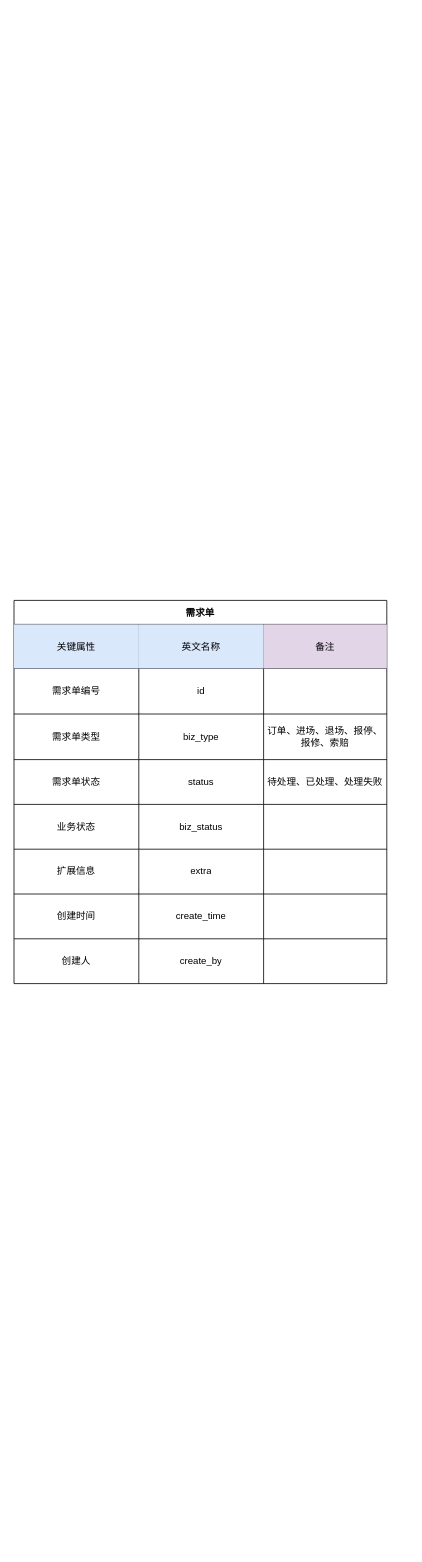
Above: page "需求单实体" (25 of 36) of docs/自营重构.drawio in lokiworks/codebase (draw.io), before the change. Source tidied: cells renumbered, new cells numbered last; positions are measured from the earlier drawing's top-left corner, leaving out a move shared by most shapes. Both pictures are drawn from the tidied source at 80%, with x=0, y=0 at pixel (14, 600).
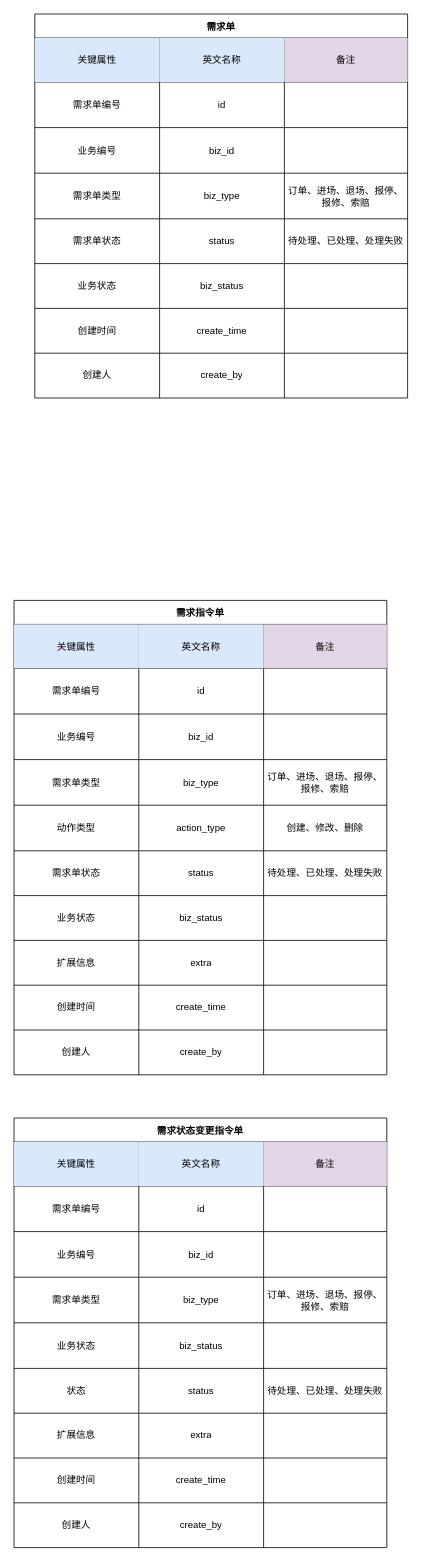
The same page after the edit.

The edit, as a diff of the source:
```diff
@@
-    <mxCell id="2" value="需求单" style="shape=table;startSize=30;childLayout=tableLayout;fontStyle=1;align=center;" parent="1" vertex="1">
-      <mxGeometry width="466" height="479" as="geometry" />
+    <mxCell id="2" value="需求指令单" style="shape=table;startSize=30;childLayout=tableLayout;fontStyle=1;align=center;" parent="1" vertex="1">
+      <mxGeometry width="466" height="593" as="geometry" />
     </mxCell>
@@
+    <mxCell id="35" style="shape=tableRow;horizontal=0;startSize=0;swimlaneHead=0;swimlaneBody=0;top=0;left=0;bottom=0;right=0;fillColor=none;" parent="2" vertex="1">
+      <mxGeometry y="142" width="466" height="57" as="geometry" />
+    </mxCell>
+    <mxCell id="36" value="业务编号" style="shape=partialRectangle;html=1;whiteSpace=wrap;fillColor=none;top=0;left=0;bottom=0;right=0;overflow=hidden;" parent="35" vertex="1">
+      <mxGeometry width="156" height="57" as="geometry" />
+    </mxCell>
+    <mxCell id="37" value="biz_id" style="shape=partialRectangle;html=1;whiteSpace=wrap;fillColor=none;top=0;left=0;bottom=0;right=0;overflow=hidden;" parent="35" vertex="1">
+      <mxGeometry x="156" width="156" height="57" as="geometry" />
+    </mxCell>
+    <mxCell id="38" style="shape=partialRectangle;html=1;whiteSpace=wrap;fillColor=none;top=0;left=0;bottom=0;right=0;overflow=hidden;" parent="35" vertex="1">
+      <mxGeometry x="312" width="154" height="57" as="geometry" />
+    </mxCell>
     <mxCell id="11" style="shape=tableRow;horizontal=0;startSize=0;swimlaneHead=0;swimlaneBody=0;top=0;left=0;bottom=0;right=0;fillColor=none;" parent="2" vertex="1">
-      <mxGeometry y="142" width="466" height="57" as="geometry" />
+      <mxGeometry y="199" width="466" height="57" as="geometry" />
     </mxCell>
@@
+    <mxCell id="39" style="shape=tableRow;horizontal=0;startSize=0;swimlaneHead=0;swimlaneBody=0;top=0;left=0;bottom=0;right=0;fillColor=none;" parent="2" vertex="1">
+      <mxGeometry y="256" width="466" height="57" as="geometry" />
+    </mxCell>
+    <mxCell id="40" value="动作类型" style="shape=partialRectangle;html=1;whiteSpace=wrap;fillColor=none;top=0;left=0;bottom=0;right=0;overflow=hidden;" parent="39" vertex="1">
+      <mxGeometry width="156" height="57" as="geometry" />
+    </mxCell>
+    <mxCell id="41" value="action_type" style="shape=partialRectangle;html=1;whiteSpace=wrap;fillColor=none;top=0;left=0;bottom=0;right=0;overflow=hidden;" parent="39" vertex="1">
+      <mxGeometry x="156" width="156" height="57" as="geometry" />
+    </mxCell>
+    <mxCell id="42" value="创建、修改、删除" style="shape=partialRectangle;html=1;whiteSpace=wrap;fillColor=none;top=0;left=0;bottom=0;right=0;overflow=hidden;" parent="39" vertex="1">
+      <mxGeometry x="312" width="154" height="57" as="geometry" />
+    </mxCell>
     <mxCell id="15" style="shape=tableRow;horizontal=0;startSize=0;swimlaneHead=0;swimlaneBody=0;top=0;left=0;bottom=0;right=0;fillColor=none;" parent="2" vertex="1">
-      <mxGeometry y="199" width="466" height="56" as="geometry" />
+      <mxGeometry y="313" width="466" height="56" as="geometry" />
     </mxCell>
@@
     <mxCell id="19" style="shape=tableRow;horizontal=0;startSize=0;swimlaneHead=0;swimlaneBody=0;top=0;left=0;bottom=0;right=0;fillColor=none;" parent="2" vertex="1">
-      <mxGeometry y="255" width="466" height="56" as="geometry" />
+      <mxGeometry y="369" width="466" height="56" as="geometry" />
     </mxCell>
@@
     <mxCell id="23" style="shape=tableRow;horizontal=0;startSize=0;swimlaneHead=0;swimlaneBody=0;top=0;left=0;bottom=0;right=0;fillColor=none;" parent="2" vertex="1">
-      <mxGeometry y="311" width="466" height="56" as="geometry" />
+      <mxGeometry y="425" width="466" height="56" as="geometry" />
     </mxCell>
@@
     <mxCell id="27" style="shape=tableRow;horizontal=0;startSize=0;swimlaneHead=0;swimlaneBody=0;top=0;left=0;bottom=0;right=0;fillColor=none;" parent="2" vertex="1">
-      <mxGeometry y="367" width="466" height="56" as="geometry" />
+      <mxGeometry y="481" width="466" height="56" as="geometry" />
     </mxCell>
@@
     <mxCell id="31" style="shape=tableRow;horizontal=0;startSize=0;swimlaneHead=0;swimlaneBody=0;top=0;left=0;bottom=0;right=0;fillColor=none;" parent="2" vertex="1">
-      <mxGeometry y="423" width="466" height="56" as="geometry" />
+      <mxGeometry y="537" width="466" height="56" as="geometry" />
     </mxCell>
@@
+    <mxCell id="43" value="需求状态变更指令单" style="shape=table;startSize=30;childLayout=tableLayout;fontStyle=1;align=center;" parent="1" vertex="1">
+      <mxGeometry y="647" width="466" height="537" as="geometry" />
+    </mxCell>
+    <mxCell id="44" style="shape=tableRow;horizontal=0;startSize=0;swimlaneHead=0;swimlaneBody=0;top=0;left=0;bottom=0;right=0;fillColor=none;" parent="43" vertex="1">
+      <mxGeometry y="30" width="466" height="55" as="geometry" />
+    </mxCell>
+    <mxCell id="45" value="关键属性" style="shape=partialRectangle;html=1;whiteSpace=wrap;fillColor=#dae8fc;top=0;left=0;bottom=0;right=0;overflow=hidden;strokeColor=#6c8ebf;" parent="44" vertex="1">
+      <mxGeometry width="156" height="55" as="geometry" />
+    </mxCell>
+    <mxCell id="46" value="英文名称" style="shape=partialRectangle;html=1;whiteSpace=wrap;fillColor=#dae8fc;top=0;left=0;bottom=0;right=0;overflow=hidden;strokeColor=#6c8ebf;" parent="44" vertex="1">
+      <mxGeometry x="156" width="156" height="55" as="geometry" />
+    </mxCell>
+    <mxCell id="47" value="备注" style="shape=partialRectangle;html=1;whiteSpace=wrap;fillColor=#e1d5e7;top=0;left=0;bottom=0;right=0;overflow=hidden;strokeColor=#9673a6;" parent="44" vertex="1">
+      <mxGeometry x="312" width="154" height="55" as="geometry" />
+    </mxCell>
+    <mxCell id="48" style="shape=tableRow;horizontal=0;startSize=0;swimlaneHead=0;swimlaneBody=0;top=0;left=0;bottom=0;right=0;fillColor=none;" parent="43" vertex="1">
+      <mxGeometry y="85" width="466" height="57" as="geometry" />
+    </mxCell>
+    <mxCell id="49" value="需求单编号" style="shape=partialRectangle;html=1;whiteSpace=wrap;fillColor=none;top=0;left=0;bottom=0;right=0;overflow=hidden;" parent="48" vertex="1">
+      <mxGeometry width="156" height="57" as="geometry" />
+    </mxCell>
+    <mxCell id="50" value="id" style="shape=partialRectangle;html=1;whiteSpace=wrap;fillColor=none;top=0;left=0;bottom=0;right=0;overflow=hidden;" parent="48" vertex="1">
+      <mxGeometry x="156" width="156" height="57" as="geometry" />
+    </mxCell>
+    <mxCell id="51" style="shape=partialRectangle;html=1;whiteSpace=wrap;fillColor=none;top=0;left=0;bottom=0;right=0;overflow=hidden;" parent="48" vertex="1">
+      <mxGeometry x="312" width="154" height="57" as="geometry" />
+    </mxCell>
+    <mxCell id="52" style="shape=tableRow;horizontal=0;startSize=0;swimlaneHead=0;swimlaneBody=0;top=0;left=0;bottom=0;right=0;fillColor=none;" parent="43" vertex="1">
+      <mxGeometry y="142" width="466" height="57" as="geometry" />
+    </mxCell>
+    <mxCell id="53" value="业务编号" style="shape=partialRectangle;html=1;whiteSpace=wrap;fillColor=none;top=0;left=0;bottom=0;right=0;overflow=hidden;" parent="52" vertex="1">
+      <mxGeometry width="156" height="57" as="geometry" />
+    </mxCell>
+    <mxCell id="54" value="biz_id" style="shape=partialRectangle;html=1;whiteSpace=wrap;fillColor=none;top=0;left=0;bottom=0;right=0;overflow=hidden;" parent="52" vertex="1">
+      <mxGeometry x="156" width="156" height="57" as="geometry" />
+    </mxCell>
+    <mxCell id="55" style="shape=partialRectangle;html=1;whiteSpace=wrap;fillColor=none;top=0;left=0;bottom=0;right=0;overflow=hidden;" parent="52" vertex="1">
+      <mxGeometry x="312" width="154" height="57" as="geometry" />
+    </mxCell>
+    <mxCell id="56" style="shape=tableRow;horizontal=0;startSize=0;swimlaneHead=0;swimlaneBody=0;top=0;left=0;bottom=0;right=0;fillColor=none;" parent="43" vertex="1">
+      <mxGeometry y="199" width="466" height="57" as="geometry" />
+    </mxCell>
+    <mxCell id="57" value="需求单类型" style="shape=partialRectangle;html=1;whiteSpace=wrap;fillColor=none;top=0;left=0;bottom=0;right=0;overflow=hidden;" parent="56" vertex="1">
+      <mxGeometry width="156" height="57" as="geometry" />
+    </mxCell>
+    <mxCell id="58" value="biz_type" style="shape=partialRectangle;html=1;whiteSpace=wrap;fillColor=none;top=0;left=0;bottom=0;right=0;overflow=hidden;" parent="56" vertex="1">
+      <mxGeometry x="156" width="156" height="57" as="geometry" />
+    </mxCell>
+    <mxCell id="59" value="订单、进场、退场、报停、报修、索赔" style="shape=partialRectangle;html=1;whiteSpace=wrap;fillColor=none;top=0;left=0;bottom=0;right=0;overflow=hidden;" parent="56" vertex="1">
+      <mxGeometry x="312" width="154" height="57" as="geometry" />
+    </mxCell>
+    <mxCell id="60" style="shape=tableRow;horizontal=0;startSize=0;swimlaneHead=0;swimlaneBody=0;top=0;left=0;bottom=0;right=0;fillColor=none;" parent="43" vertex="1">
+      <mxGeometry y="256" width="466" height="57" as="geometry" />
+    </mxCell>
+    <mxCell id="61" value="业务状态" style="shape=partialRectangle;html=1;whiteSpace=wrap;fillColor=none;top=0;left=0;bottom=0;right=0;overflow=hidden;" parent="60" vertex="1">
+      <mxGeometry width="156" height="57" as="geometry" />
+    </mxCell>
+    <mxCell id="62" value="biz_status" style="shape=partialRectangle;html=1;whiteSpace=wrap;fillColor=none;top=0;left=0;bottom=0;right=0;overflow=hidden;" parent="60" vertex="1">
+      <mxGeometry x="156" width="156" height="57" as="geometry" />
+    </mxCell>
+    <mxCell id="63" style="shape=partialRectangle;html=1;whiteSpace=wrap;fillColor=none;top=0;left=0;bottom=0;right=0;overflow=hidden;" parent="60" vertex="1">
+      <mxGeometry x="312" width="154" height="57" as="geometry" />
+    </mxCell>
+    <mxCell id="64" style="shape=tableRow;horizontal=0;startSize=0;swimlaneHead=0;swimlaneBody=0;top=0;left=0;bottom=0;right=0;fillColor=none;" parent="43" vertex="1">
+      <mxGeometry y="313" width="466" height="56" as="geometry" />
+    </mxCell>
+    <mxCell id="65" value="状态" style="shape=partialRectangle;html=1;whiteSpace=wrap;fillColor=none;top=0;left=0;bottom=0;right=0;overflow=hidden;" parent="64" vertex="1">
+      <mxGeometry width="156" height="56" as="geometry" />
+    </mxCell>
+    <mxCell id="66" value="status" style="shape=partialRectangle;html=1;whiteSpace=wrap;fillColor=none;top=0;left=0;bottom=0;right=0;overflow=hidden;" parent="64" vertex="1">
+      <mxGeometry x="156" width="156" height="56" as="geometry" />
+    </mxCell>
+    <mxCell id="67" value="待处理、已处理、处理失败" style="shape=partialRectangle;html=1;whiteSpace=wrap;fillColor=none;top=0;left=0;bottom=0;right=0;overflow=hidden;" parent="64" vertex="1">
+      <mxGeometry x="312" width="154" height="56" as="geometry" />
+    </mxCell>
+    <mxCell id="68" style="shape=tableRow;horizontal=0;startSize=0;swimlaneHead=0;swimlaneBody=0;top=0;left=0;bottom=0;right=0;fillColor=none;" parent="43" vertex="1">
+      <mxGeometry y="369" width="466" height="56" as="geometry" />
+    </mxCell>
+    <mxCell id="69" value="扩展信息" style="shape=partialRectangle;html=1;whiteSpace=wrap;fillColor=none;top=0;left=0;bottom=0;right=0;overflow=hidden;" parent="68" vertex="1">
+      <mxGeometry width="156" height="56" as="geometry" />
+    </mxCell>
+    <mxCell id="70" value="extra" style="shape=partialRectangle;html=1;whiteSpace=wrap;fillColor=none;top=0;left=0;bottom=0;right=0;overflow=hidden;" parent="68" vertex="1">
+      <mxGeometry x="156" width="156" height="56" as="geometry" />
+    </mxCell>
+    <mxCell id="71" style="shape=partialRectangle;html=1;whiteSpace=wrap;fillColor=none;top=0;left=0;bottom=0;right=0;overflow=hidden;" parent="68" vertex="1">
+      <mxGeometry x="312" width="154" height="56" as="geometry" />
+    </mxCell>
+    <mxCell id="72" style="shape=tableRow;horizontal=0;startSize=0;swimlaneHead=0;swimlaneBody=0;top=0;left=0;bottom=0;right=0;fillColor=none;" parent="43" vertex="1">
+      <mxGeometry y="425" width="466" height="56" as="geometry" />
+    </mxCell>
+    <mxCell id="73" value="创建时间" style="shape=partialRectangle;html=1;whiteSpace=wrap;fillColor=none;top=0;left=0;bottom=0;right=0;overflow=hidden;" parent="72" vertex="1">
+      <mxGeometry width="156" height="56" as="geometry" />
+    </mxCell>
+    <mxCell id="74" value="create_time" style="shape=partialRectangle;html=1;whiteSpace=wrap;fillColor=none;top=0;left=0;bottom=0;right=0;overflow=hidden;" parent="72" vertex="1">
+      <mxGeometry x="156" width="156" height="56" as="geometry" />
+    </mxCell>
+    <mxCell id="75" style="shape=partialRectangle;html=1;whiteSpace=wrap;fillColor=none;top=0;left=0;bottom=0;right=0;overflow=hidden;" parent="72" vertex="1">
+      <mxGeometry x="312" width="154" height="56" as="geometry" />
+    </mxCell>
+    <mxCell id="76" style="shape=tableRow;horizontal=0;startSize=0;swimlaneHead=0;swimlaneBody=0;top=0;left=0;bottom=0;right=0;fillColor=none;" parent="43" vertex="1">
+      <mxGeometry y="481" width="466" height="56" as="geometry" />
+    </mxCell>
+    <mxCell id="77" value="创建人" style="shape=partialRectangle;html=1;whiteSpace=wrap;fillColor=none;top=0;left=0;bottom=0;right=0;overflow=hidden;" parent="76" vertex="1">
+      <mxGeometry width="156" height="56" as="geometry" />
+    </mxCell>
+    <mxCell id="78" value="create_by" style="shape=partialRectangle;html=1;whiteSpace=wrap;fillColor=none;top=0;left=0;bottom=0;right=0;overflow=hidden;" parent="76" vertex="1">
+      <mxGeometry x="156" width="156" height="56" as="geometry" />
+    </mxCell>
+    <mxCell id="79" style="shape=partialRectangle;html=1;whiteSpace=wrap;fillColor=none;top=0;left=0;bottom=0;right=0;overflow=hidden;" parent="76" vertex="1">
+      <mxGeometry x="312" width="154" height="56" as="geometry" />
+    </mxCell>
+    <mxCell id="80" value="需求单" style="shape=table;startSize=30;childLayout=tableLayout;fontStyle=1;align=center;" parent="1" vertex="1">
+      <mxGeometry x="26" y="-733" width="466" height="480" as="geometry" />
+    </mxCell>
+    <mxCell id="81" style="shape=tableRow;horizontal=0;startSize=0;swimlaneHead=0;swimlaneBody=0;top=0;left=0;bottom=0;right=0;fillColor=none;" parent="80" vertex="1">
+      <mxGeometry y="30" width="466" height="55" as="geometry" />
+    </mxCell>
+    <mxCell id="82" value="关键属性" style="shape=partialRectangle;html=1;whiteSpace=wrap;fillColor=#dae8fc;top=0;left=0;bottom=0;right=0;overflow=hidden;strokeColor=#6c8ebf;" parent="81" vertex="1">
+      <mxGeometry width="156" height="55" as="geometry" />
+    </mxCell>
+    <mxCell id="83" value="英文名称" style="shape=partialRectangle;html=1;whiteSpace=wrap;fillColor=#dae8fc;top=0;left=0;bottom=0;right=0;overflow=hidden;strokeColor=#6c8ebf;" parent="81" vertex="1">
+      <mxGeometry x="156" width="156" height="55" as="geometry" />
+    </mxCell>
+    <mxCell id="84" value="备注" style="shape=partialRectangle;html=1;whiteSpace=wrap;fillColor=#e1d5e7;top=0;left=0;bottom=0;right=0;overflow=hidden;strokeColor=#9673a6;" parent="81" vertex="1">
+      <mxGeometry x="312" width="154" height="55" as="geometry" />
+    </mxCell>
+    <mxCell id="85" style="shape=tableRow;horizontal=0;startSize=0;swimlaneHead=0;swimlaneBody=0;top=0;left=0;bottom=0;right=0;fillColor=none;" parent="80" vertex="1">
+      <mxGeometry y="85" width="466" height="57" as="geometry" />
+    </mxCell>
+    <mxCell id="86" value="需求单编号" style="shape=partialRectangle;html=1;whiteSpace=wrap;fillColor=none;top=0;left=0;bottom=0;right=0;overflow=hidden;" parent="85" vertex="1">
+      <mxGeometry width="156" height="57" as="geometry" />
+    </mxCell>
+    <mxCell id="87" value="id" style="shape=partialRectangle;html=1;whiteSpace=wrap;fillColor=none;top=0;left=0;bottom=0;right=0;overflow=hidden;" parent="85" vertex="1">
+      <mxGeometry x="156" width="156" height="57" as="geometry" />
+    </mxCell>
+    <mxCell id="88" style="shape=partialRectangle;html=1;whiteSpace=wrap;fillColor=none;top=0;left=0;bottom=0;right=0;overflow=hidden;" parent="85" vertex="1">
+      <mxGeometry x="312" width="154" height="57" as="geometry" />
+    </mxCell>
+    <mxCell id="89" style="shape=tableRow;horizontal=0;startSize=0;swimlaneHead=0;swimlaneBody=0;top=0;left=0;bottom=0;right=0;fillColor=none;" parent="80" vertex="1">
+      <mxGeometry y="142" width="466" height="57" as="geometry" />
+    </mxCell>
+    <mxCell id="90" value="业务编号" style="shape=partialRectangle;html=1;whiteSpace=wrap;fillColor=none;top=0;left=0;bottom=0;right=0;overflow=hidden;" parent="89" vertex="1">
+      <mxGeometry width="156" height="57" as="geometry" />
+    </mxCell>
+    <mxCell id="91" value="biz_id" style="shape=partialRectangle;html=1;whiteSpace=wrap;fillColor=none;top=0;left=0;bottom=0;right=0;overflow=hidden;" parent="89" vertex="1">
+      <mxGeometry x="156" width="156" height="57" as="geometry" />
+    </mxCell>
+    <mxCell id="92" style="shape=partialRectangle;html=1;whiteSpace=wrap;fillColor=none;top=0;left=0;bottom=0;right=0;overflow=hidden;" parent="89" vertex="1">
+      <mxGeometry x="312" width="154" height="57" as="geometry" />
+    </mxCell>
+    <mxCell id="93" style="shape=tableRow;horizontal=0;startSize=0;swimlaneHead=0;swimlaneBody=0;top=0;left=0;bottom=0;right=0;fillColor=none;" parent="80" vertex="1">
+      <mxGeometry y="199" width="466" height="57" as="geometry" />
+    </mxCell>
+    <mxCell id="94" value="需求单类型" style="shape=partialRectangle;html=1;whiteSpace=wrap;fillColor=none;top=0;left=0;bottom=0;right=0;overflow=hidden;" parent="93" vertex="1">
+      <mxGeometry width="156" height="57" as="geometry" />
+    </mxCell>
+    <mxCell id="95" value="biz_type" style="shape=partialRectangle;html=1;whiteSpace=wrap;fillColor=none;top=0;left=0;bottom=0;right=0;overflow=hidden;" parent="93" vertex="1">
+      <mxGeometry x="156" width="156" height="57" as="geometry" />
+    </mxCell>
+    <mxCell id="96" value="订单、进场、退场、报停、报修、索赔" style="shape=partialRectangle;html=1;whiteSpace=wrap;fillColor=none;top=0;left=0;bottom=0;right=0;overflow=hidden;" parent="93" vertex="1">
+      <mxGeometry x="312" width="154" height="57" as="geometry" />
+    </mxCell>
+    <mxCell id="97" style="shape=tableRow;horizontal=0;startSize=0;swimlaneHead=0;swimlaneBody=0;top=0;left=0;bottom=0;right=0;fillColor=none;" parent="80" vertex="1">
+      <mxGeometry y="256" width="466" height="56" as="geometry" />
+    </mxCell>
+    <mxCell id="98" value="需求单状态" style="shape=partialRectangle;html=1;whiteSpace=wrap;fillColor=none;top=0;left=0;bottom=0;right=0;overflow=hidden;" parent="97" vertex="1">
+      <mxGeometry width="156" height="56" as="geometry" />
+    </mxCell>
+    <mxCell id="99" value="status" style="shape=partialRectangle;html=1;whiteSpace=wrap;fillColor=none;top=0;left=0;bottom=0;right=0;overflow=hidden;" parent="97" vertex="1">
+      <mxGeometry x="156" width="156" height="56" as="geometry" />
+    </mxCell>
+    <mxCell id="100" value="待处理、已处理、处理失败" style="shape=partialRectangle;html=1;whiteSpace=wrap;fillColor=none;top=0;left=0;bottom=0;right=0;overflow=hidden;" parent="97" vertex="1">
+      <mxGeometry x="312" width="154" height="56" as="geometry" />
+    </mxCell>
+    <mxCell id="101" style="shape=tableRow;horizontal=0;startSize=0;swimlaneHead=0;swimlaneBody=0;top=0;left=0;bottom=0;right=0;fillColor=none;" parent="80" vertex="1">
+      <mxGeometry y="312" width="466" height="56" as="geometry" />
+    </mxCell>
+    <mxCell id="102" value="业务状态" style="shape=partialRectangle;html=1;whiteSpace=wrap;fillColor=none;top=0;left=0;bottom=0;right=0;overflow=hidden;" parent="101" vertex="1">
+      <mxGeometry width="156" height="56" as="geometry" />
+    </mxCell>
+    <mxCell id="103" value="biz_status" style="shape=partialRectangle;html=1;whiteSpace=wrap;fillColor=none;top=0;left=0;bottom=0;right=0;overflow=hidden;" parent="101" vertex="1">
+      <mxGeometry x="156" width="156" height="56" as="geometry" />
+    </mxCell>
+    <mxCell id="104" style="shape=partialRectangle;html=1;whiteSpace=wrap;fillColor=none;top=0;left=0;bottom=0;right=0;overflow=hidden;" parent="101" vertex="1">
+      <mxGeometry x="312" width="154" height="56" as="geometry" />
+    </mxCell>
+    <mxCell id="105" style="shape=tableRow;horizontal=0;startSize=0;swimlaneHead=0;swimlaneBody=0;top=0;left=0;bottom=0;right=0;fillColor=none;" parent="80" vertex="1">
+      <mxGeometry y="368" width="466" height="56" as="geometry" />
+    </mxCell>
+    <mxCell id="106" value="创建时间" style="shape=partialRectangle;html=1;whiteSpace=wrap;fillColor=none;top=0;left=0;bottom=0;right=0;overflow=hidden;" parent="105" vertex="1">
+      <mxGeometry width="156" height="56" as="geometry" />
+    </mxCell>
+    <mxCell id="107" value="create_time" style="shape=partialRectangle;html=1;whiteSpace=wrap;fillColor=none;top=0;left=0;bottom=0;right=0;overflow=hidden;" parent="105" vertex="1">
+      <mxGeometry x="156" width="156" height="56" as="geometry" />
+    </mxCell>
+    <mxCell id="108" style="shape=partialRectangle;html=1;whiteSpace=wrap;fillColor=none;top=0;left=0;bottom=0;right=0;overflow=hidden;" parent="105" vertex="1">
+      <mxGeometry x="312" width="154" height="56" as="geometry" />
+    </mxCell>
+    <mxCell id="109" style="shape=tableRow;horizontal=0;startSize=0;swimlaneHead=0;swimlaneBody=0;top=0;left=0;bottom=0;right=0;fillColor=none;" parent="80" vertex="1">
+      <mxGeometry y="424" width="466" height="56" as="geometry" />
+    </mxCell>
+    <mxCell id="110" value="创建人" style="shape=partialRectangle;html=1;whiteSpace=wrap;fillColor=none;top=0;left=0;bottom=0;right=0;overflow=hidden;" parent="109" vertex="1">
+      <mxGeometry width="156" height="56" as="geometry" />
+    </mxCell>
+    <mxCell id="111" value="create_by" style="shape=partialRectangle;html=1;whiteSpace=wrap;fillColor=none;top=0;left=0;bottom=0;right=0;overflow=hidden;" parent="109" vertex="1">
+      <mxGeometry x="156" width="156" height="56" as="geometry" />
+    </mxCell>
+    <mxCell id="112" style="shape=partialRectangle;html=1;whiteSpace=wrap;fillColor=none;top=0;left=0;bottom=0;right=0;overflow=hidden;" parent="109" vertex="1">
+      <mxGeometry x="312" width="154" height="56" as="geometry" />
+    </mxCell>
```
